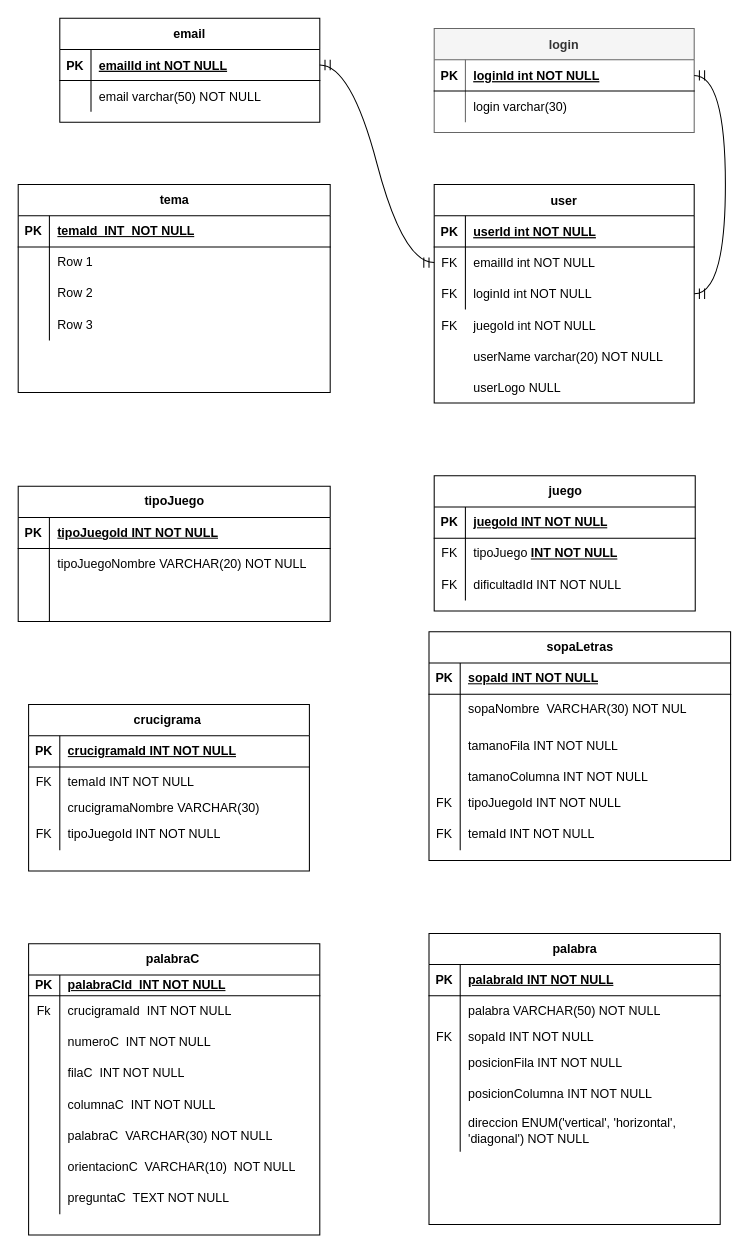
Earlier version of the draw.io diagram img/Diagrama sin título.drawio (MasacradorM/juegoConjuntos). Source tidied: cells renumbered, new cells numbered last; positions are measured from the earlier drawing's top-left corner, leaving out a move shared by most shapes. Both pictures are drawn from the tidied source at 104%, with x=0, y=0 at pixel (18, 18).
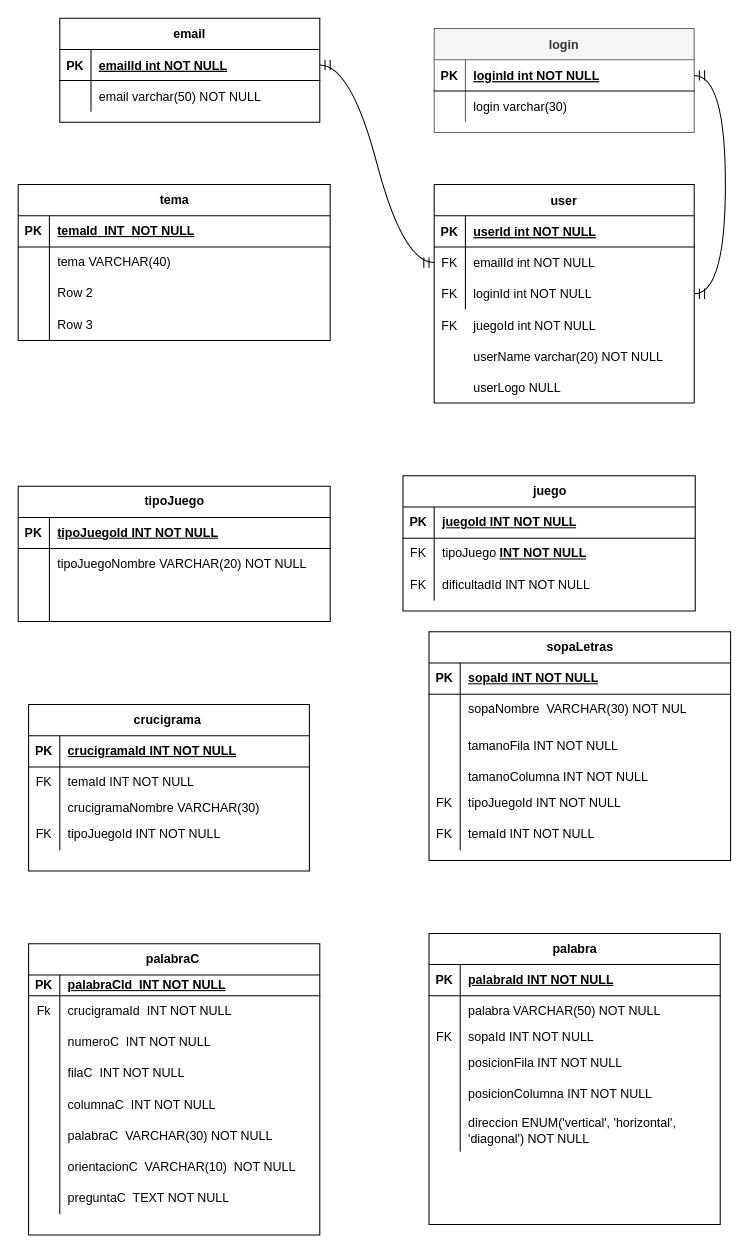
After the change.

Unchanged cells that the change refers to:
```xml
<mxCell id="136" style="shape=tableRow;horizontal=0;startSize=0;swimlaneHead=0;swimlaneBody=0;fillColor=none;top=0;left=0;right=0;bottom=0;" parent="132" vertex="1">
  <mxGeometry y="60" width="300" height="30" as="geometry" />
</mxCell>
```

Change to the diagram source:
```diff
@@
     <mxCell id="33" value="juego" style="shape=table;startSize=30;childLayout=tableLayout;rowLines=0;fontStyle=1;align=center;html=1;" parent="1" vertex="1">
-      <mxGeometry x="400" y="440" width="251" height="130" as="geometry" />
+      <mxGeometry x="370" y="440" width="281" height="130" as="geometry" />
     </mxCell>
     <mxCell id="34" style="shape=tableRow;horizontal=0;startSize=0;swimlaneHead=0;swimlaneBody=0;fillColor=none;top=0;left=0;right=0;bottom=1;" parent="33" vertex="1">
-      <mxGeometry y="30" width="251" height="30" as="geometry" />
+      <mxGeometry y="30" width="281" height="30" as="geometry" />
     </mxCell>
@@
     <mxCell id="36" value="juegoId INT NOT NULL" style="shape=partialRectangle;fillColor=none;top=0;left=0;bottom=0;right=0;align=left;spacingLeft=6;fontStyle=5;overflow=hidden;whiteSpace=wrap;html=1;" parent="34" vertex="1">
-      <mxGeometry x="30" width="221" height="30" as="geometry" />
+      <mxGeometry x="30" width="251" height="30" as="geometry" />
     </mxCell>
     <mxCell id="37" style="shape=tableRow;horizontal=0;startSize=0;swimlaneHead=0;swimlaneBody=0;fillColor=none;top=0;left=0;right=0;bottom=0;" parent="33" vertex="1">
-      <mxGeometry y="60" width="251" height="30" as="geometry" />
+      <mxGeometry y="60" width="281" height="30" as="geometry" />
     </mxCell>
@@
     <mxCell id="39" value="tipoJuego&amp;nbsp;&lt;span style=&quot;font-weight: 700; text-decoration-line: underline;&quot;&gt;INT NOT NULL&lt;/span&gt;" style="shape=partialRectangle;fillColor=none;top=0;left=0;bottom=0;right=0;align=left;spacingLeft=6;overflow=hidden;whiteSpace=wrap;html=1;" parent="37" vertex="1">
-      <mxGeometry x="30" width="221" height="30" as="geometry" />
+      <mxGeometry x="30" width="251" height="30" as="geometry" />
     </mxCell>
     <mxCell id="40" style="shape=tableRow;horizontal=0;startSize=0;swimlaneHead=0;swimlaneBody=0;fillColor=none;top=0;left=0;right=0;bottom=0;" parent="33" vertex="1">
-      <mxGeometry y="90" width="251" height="30" as="geometry" />
+      <mxGeometry y="90" width="281" height="30" as="geometry" />
     </mxCell>
@@
     <mxCell id="42" value="dificultadId INT NOT NULL" style="shape=partialRectangle;fillColor=none;top=0;left=0;bottom=0;right=0;align=left;spacingLeft=6;overflow=hidden;whiteSpace=wrap;html=1;" parent="40" vertex="1">
-      <mxGeometry x="30" width="221" height="30" as="geometry" />
+      <mxGeometry x="30" width="251" height="30" as="geometry" />
     </mxCell>
@@
     <mxCell id="132" value="tema" style="shape=table;startSize=30;childLayout=tableLayout;rowLines=0;fontStyle=1;align=center;html=1;" parent="1" vertex="1">
-      <mxGeometry y="160" width="300" height="200" as="geometry" />
+      <mxGeometry y="160" width="300" height="150" as="geometry" />
     </mxCell>
@@
-    <mxCell id="138" value="Row 1" style="shape=partialRectangle;fillColor=none;top=0;left=0;bottom=0;right=0;align=left;spacingLeft=6;overflow=hidden;whiteSpace=wrap;html=1;" parent="136" vertex="1">
+    <mxCell id="138" value="tema VARCHAR(40)" style="shape=partialRectangle;fillColor=none;top=0;left=0;bottom=0;right=0;align=left;spacingLeft=6;overflow=hidden;whiteSpace=wrap;html=1;" parent="136" vertex="1">
       <mxGeometry x="30" width="270" height="30" as="geometry" />
     </mxCell>
```
